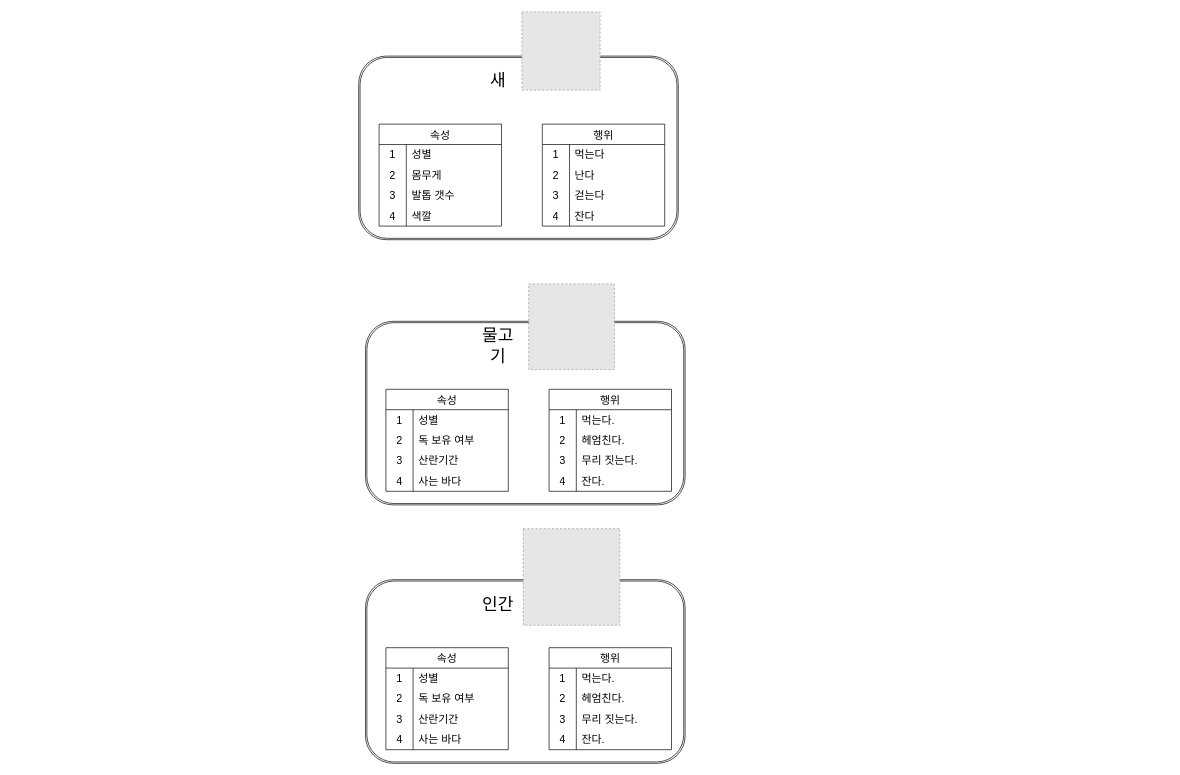
This is page "Page-1" (1 of 4) of Untitled Diagram.drawio from Biewoom/SuperCodingText, a draw.io file, before an edit. Source tidied: cells renumbered, new cells numbered last; positions are measured from the earlier drawing's top-left corner, leaving out a move shared by most shapes. Both pictures are drawn from the tidied source at 68%, with x=0, y=0 at pixel (358, 12). Pictures stored in the file or linked from it are replaced by grey dashed boxes.
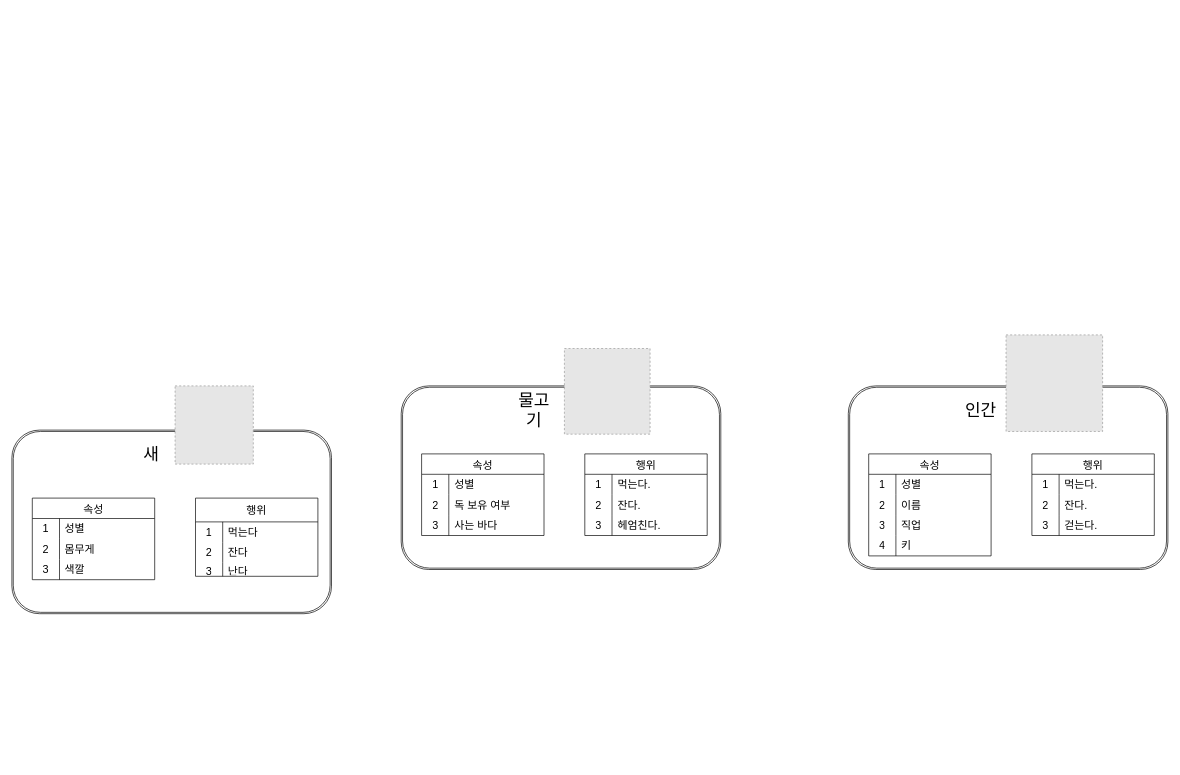
The same page after the edit.

Unchanged cells that the change refers to:
```xml
<mxCell id="65" style="shape=tableRow;horizontal=0;startSize=0;swimlaneHead=0;swimlaneBody=0;top=0;left=0;bottom=0;right=0;fillColor=none;strokeColor=inherit;fontSize=16;" parent="61" vertex="1">
  <mxGeometry y="60" width="180" height="30" as="geometry" />
</mxCell>
<mxCell id="68" style="shape=tableRow;horizontal=0;startSize=0;swimlaneHead=0;swimlaneBody=0;top=0;left=0;bottom=0;right=0;fillColor=none;strokeColor=inherit;fontSize=16;" parent="61" vertex="1">
  <mxGeometry y="90" width="180" height="30" as="geometry" />
</mxCell>
<mxCell id="71" style="shape=tableRow;horizontal=0;startSize=0;swimlaneHead=0;swimlaneBody=0;top=0;left=0;bottom=0;right=0;fillColor=none;strokeColor=inherit;fontSize=16;" parent="61" vertex="1">
  <mxGeometry y="120" width="180" height="30" as="geometry" />
</mxCell>
<mxCell id="79" style="shape=tableRow;horizontal=0;startSize=0;swimlaneHead=0;swimlaneBody=0;top=0;left=0;bottom=0;right=0;fillColor=none;strokeColor=inherit;fontSize=16;" parent="75" vertex="1">
  <mxGeometry y="60" width="180" height="30" as="geometry" />
</mxCell>
```

The edit, as a diff of the source:
```diff
@@
     <mxCell id="2" style="shape=ext;double=1;rounded=1;whiteSpace=wrap;html=1;" parent="1" vertex="1">
-      <mxGeometry y="65" width="470" height="270" as="geometry" />
+      <mxGeometry x="-510" y="615" width="470" height="270" as="geometry" />
     </mxCell>
     <mxCell id="3" value="속성" style="shape=table;startSize=30;childLayout=tableLayout;rowLines=0;fontStyle=0;strokeColor=default;fontSize=16;" parent="1" vertex="1">
-      <mxGeometry x="30" y="165" width="180" height="150" as="geometry" />
+      <mxGeometry x="-480" y="715" width="180" height="120" as="geometry" />
     </mxCell>
@@
-    <mxCell id="10" style="shape=tableRow;horizontal=0;startSize=0;swimlaneHead=0;swimlaneBody=0;top=0;left=0;bottom=0;right=0;fillColor=none;strokeColor=inherit;fontSize=16;" parent="3" vertex="1">
-      <mxGeometry y="90" width="180" height="30" as="geometry" />
-    </mxCell>
-    <mxCell id="11" value="3" style="shape=partialRectangle;html=1;whiteSpace=wrap;fillColor=none;top=0;left=0;bottom=0;right=0;overflow=hidden;strokeColor=inherit;fontSize=16;" parent="10" vertex="1">
-      <mxGeometry width="40" height="30" as="geometry" />
-    </mxCell>
-    <mxCell id="12" value="발톱 갯수" style="shape=partialRectangle;html=1;whiteSpace=wrap;fillColor=none;top=0;left=0;bottom=0;right=0;align=left;spacingLeft=6;overflow=hidden;strokeColor=inherit;fontSize=16;" parent="10" vertex="1">
-      <mxGeometry x="40" width="140" height="30" as="geometry" />
-    </mxCell>
     <mxCell id="13" style="shape=tableRow;horizontal=0;startSize=0;swimlaneHead=0;swimlaneBody=0;top=0;left=0;bottom=0;right=0;fillColor=none;strokeColor=inherit;fontSize=16;" parent="3" vertex="1">
-      <mxGeometry y="120" width="180" height="30" as="geometry" />
+      <mxGeometry y="90" width="180" height="30" as="geometry" />
     </mxCell>
-    <mxCell id="14" value="4" style="shape=partialRectangle;html=1;whiteSpace=wrap;fillColor=none;top=0;left=0;bottom=0;right=0;overflow=hidden;strokeColor=inherit;fontSize=16;" parent="13" vertex="1">
+    <mxCell id="14" value="3" style="shape=partialRectangle;html=1;whiteSpace=wrap;fillColor=none;top=0;left=0;bottom=0;right=0;overflow=hidden;strokeColor=inherit;fontSize=16;" parent="13" vertex="1">
       <mxGeometry width="40" height="30" as="geometry" />
     </mxCell>
@@
     <mxCell id="16" value="새" style="text;html=1;strokeColor=none;fillColor=none;align=center;verticalAlign=middle;whiteSpace=wrap;rounded=0;fontSize=25;" parent="1" vertex="1">
-      <mxGeometry x="180" y="85" width="50" height="30" as="geometry" />
+      <mxGeometry x="-330" y="635" width="50" height="30" as="geometry" />
     </mxCell>
     <mxCell id="17" style="fillColor=#E6E6E6;strokeColor=#999999;dashed=1;verticalLabelPosition=bottom;labelBackgroundColor=default;verticalAlign=top;" parent="1" vertex="1">
-      <mxGeometry x="240" width="115" height="115" as="geometry" />
+      <mxGeometry x="-270" y="550" width="115" height="115" as="geometry" />
     </mxCell>
-    <mxCell id="18" value="행위" style="shape=table;startSize=30;childLayout=tableLayout;rowLines=0;fontStyle=0;strokeColor=default;fontSize=16;" parent="1" vertex="1">
-      <mxGeometry x="270" y="165" width="180" height="150" as="geometry" />
+    <mxCell id="18" value="행위" style="shape=table;startSize=35;childLayout=tableLayout;rowLines=0;fontStyle=0;strokeColor=default;fontSize=16;" parent="1" vertex="1">
+      <mxGeometry x="-240" y="715" width="180" height="115" as="geometry" />
     </mxCell>
     <mxCell id="19" style="shape=tableRow;horizontal=0;startSize=0;swimlaneHead=0;swimlaneBody=0;top=0;left=0;bottom=0;right=0;fillColor=none;strokeColor=inherit;fontSize=16;" parent="18" vertex="1">
-      <mxGeometry y="30" width="180" height="30" as="geometry" />
+      <mxGeometry y="35" width="180" height="30" as="geometry" />
     </mxCell>
@@
+    <mxCell id="28" style="shape=tableRow;horizontal=0;startSize=0;swimlaneHead=0;swimlaneBody=0;top=0;left=0;bottom=0;right=0;fillColor=none;strokeColor=inherit;fontSize=16;" parent="18" vertex="1">
+      <mxGeometry y="65" width="180" height="30" as="geometry" />
+    </mxCell>
+    <mxCell id="29" value="2" style="shape=partialRectangle;html=1;whiteSpace=wrap;fillColor=none;top=0;left=0;bottom=0;right=0;overflow=hidden;strokeColor=inherit;fontSize=16;" parent="28" vertex="1">
+      <mxGeometry width="40" height="30" as="geometry" />
+    </mxCell>
+    <mxCell id="30" value="잔다" style="shape=partialRectangle;html=1;whiteSpace=wrap;fillColor=none;top=0;left=0;bottom=0;right=0;align=left;spacingLeft=6;overflow=hidden;strokeColor=inherit;fontSize=16;" parent="28" vertex="1">
+      <mxGeometry x="40" width="140" height="30" as="geometry" />
+    </mxCell>
     <mxCell id="22" style="shape=tableRow;horizontal=0;startSize=0;swimlaneHead=0;swimlaneBody=0;top=0;left=0;bottom=0;right=0;fillColor=none;strokeColor=inherit;fontSize=16;" parent="18" vertex="1">
-      <mxGeometry y="60" width="180" height="30" as="geometry" />
+      <mxGeometry y="95" width="180" height="20" as="geometry" />
     </mxCell>
-    <mxCell id="23" value="2" style="shape=partialRectangle;html=1;whiteSpace=wrap;fillColor=none;top=0;left=0;bottom=0;right=0;overflow=hidden;strokeColor=inherit;fontSize=16;" parent="22" vertex="1">
-      <mxGeometry width="40" height="30" as="geometry" />
+    <mxCell id="23" value="3" style="shape=partialRectangle;html=1;whiteSpace=wrap;fillColor=none;top=0;left=0;bottom=0;right=0;overflow=hidden;strokeColor=inherit;fontSize=16;" parent="22" vertex="1">
+      <mxGeometry width="40" height="20" as="geometry" />
     </mxCell>
     <mxCell id="24" value="난다" style="shape=partialRectangle;html=1;whiteSpace=wrap;fillColor=none;top=0;left=0;bottom=0;right=0;align=left;spacingLeft=6;overflow=hidden;strokeColor=inherit;fontSize=16;" parent="22" vertex="1">
-      <mxGeometry x="40" width="140" height="30" as="geometry" />
+      <mxGeometry x="40" width="140" height="20" as="geometry" />
     </mxCell>
-    <mxCell id="25" style="shape=tableRow;horizontal=0;startSize=0;swimlaneHead=0;swimlaneBody=0;top=0;left=0;bottom=0;right=0;fillColor=none;strokeColor=inherit;fontSize=16;" parent="18" vertex="1">
-      <mxGeometry y="90" width="180" height="30" as="geometry" />
-    </mxCell>
-    <mxCell id="26" value="3" style="shape=partialRectangle;html=1;whiteSpace=wrap;fillColor=none;top=0;left=0;bottom=0;right=0;overflow=hidden;strokeColor=inherit;fontSize=16;" parent="25" vertex="1">
-      <mxGeometry width="40" height="30" as="geometry" />
-    </mxCell>
-    <mxCell id="27" value="걷는다" style="shape=partialRectangle;html=1;whiteSpace=wrap;fillColor=none;top=0;left=0;bottom=0;right=0;align=left;spacingLeft=6;overflow=hidden;strokeColor=inherit;fontSize=16;" parent="25" vertex="1">
-      <mxGeometry x="40" width="140" height="30" as="geometry" />
-    </mxCell>
-    <mxCell id="28" style="shape=tableRow;horizontal=0;startSize=0;swimlaneHead=0;swimlaneBody=0;top=0;left=0;bottom=0;right=0;fillColor=none;strokeColor=inherit;fontSize=16;" parent="18" vertex="1">
-      <mxGeometry y="120" width="180" height="30" as="geometry" />
-    </mxCell>
-    <mxCell id="29" value="4" style="shape=partialRectangle;html=1;whiteSpace=wrap;fillColor=none;top=0;left=0;bottom=0;right=0;overflow=hidden;strokeColor=inherit;fontSize=16;" parent="28" vertex="1">
-      <mxGeometry width="40" height="30" as="geometry" />
-    </mxCell>
-    <mxCell id="30" value="잔다" style="shape=partialRectangle;html=1;whiteSpace=wrap;fillColor=none;top=0;left=0;bottom=0;right=0;align=left;spacingLeft=6;overflow=hidden;strokeColor=inherit;fontSize=16;" parent="28" vertex="1">
-      <mxGeometry x="40" width="140" height="30" as="geometry" />
-    </mxCell>
     <mxCell id="31" style="shape=ext;double=1;rounded=1;whiteSpace=wrap;html=1;" parent="1" vertex="1">
-      <mxGeometry x="10" y="455" width="470" height="270" as="geometry" />
+      <mxGeometry x="62.5" y="550" width="470" height="270" as="geometry" />
     </mxCell>
     <mxCell id="32" value="속성" style="shape=table;startSize=30;childLayout=tableLayout;rowLines=0;fontStyle=0;strokeColor=default;fontSize=16;" parent="1" vertex="1">
-      <mxGeometry x="40" y="555" width="180" height="150" as="geometry" />
+      <mxGeometry x="92.5" y="650" width="180" height="120" as="geometry" />
     </mxCell>
@@
-    <mxCell id="39" style="shape=tableRow;horizontal=0;startSize=0;swimlaneHead=0;swimlaneBody=0;top=0;left=0;bottom=0;right=0;fillColor=none;strokeColor=inherit;fontSize=16;" parent="32" vertex="1">
-      <mxGeometry y="90" width="180" height="30" as="geometry" />
-    </mxCell>
-    <mxCell id="40" value="3" style="shape=partialRectangle;html=1;whiteSpace=wrap;fillColor=none;top=0;left=0;bottom=0;right=0;overflow=hidden;strokeColor=inherit;fontSize=16;" parent="39" vertex="1">
-      <mxGeometry width="40" height="30" as="geometry" />
-    </mxCell>
-    <mxCell id="41" value="산란기간" style="shape=partialRectangle;html=1;whiteSpace=wrap;fillColor=none;top=0;left=0;bottom=0;right=0;align=left;spacingLeft=6;overflow=hidden;strokeColor=inherit;fontSize=16;" parent="39" vertex="1">
-      <mxGeometry x="40" width="140" height="30" as="geometry" />
-    </mxCell>
     <mxCell id="42" style="shape=tableRow;horizontal=0;startSize=0;swimlaneHead=0;swimlaneBody=0;top=0;left=0;bottom=0;right=0;fillColor=none;strokeColor=inherit;fontSize=16;" parent="32" vertex="1">
-      <mxGeometry y="120" width="180" height="30" as="geometry" />
+      <mxGeometry y="90" width="180" height="30" as="geometry" />
     </mxCell>
-    <mxCell id="43" value="4" style="shape=partialRectangle;html=1;whiteSpace=wrap;fillColor=none;top=0;left=0;bottom=0;right=0;overflow=hidden;strokeColor=inherit;fontSize=16;" parent="42" vertex="1">
+    <mxCell id="43" value="3" style="shape=partialRectangle;html=1;whiteSpace=wrap;fillColor=none;top=0;left=0;bottom=0;right=0;overflow=hidden;strokeColor=inherit;fontSize=16;" parent="42" vertex="1">
       <mxGeometry width="40" height="30" as="geometry" />
     </mxCell>
@@
     <mxCell id="45" value="물고기" style="text;html=1;strokeColor=none;fillColor=none;align=center;verticalAlign=middle;whiteSpace=wrap;rounded=0;fontSize=25;" parent="1" vertex="1">
-      <mxGeometry x="170" y="475" width="70" height="30" as="geometry" />
+      <mxGeometry x="222.5" y="570" width="70" height="30" as="geometry" />
     </mxCell>
     <mxCell id="46" value="행위" style="shape=table;startSize=30;childLayout=tableLayout;rowLines=0;fontStyle=0;strokeColor=default;fontSize=16;" parent="1" vertex="1">
-      <mxGeometry x="280" y="555" width="180" height="150" as="geometry" />
+      <mxGeometry x="332.5" y="650" width="180" height="120" as="geometry" />
     </mxCell>
@@
-    <mxCell id="50" style="shape=tableRow;horizontal=0;startSize=0;swimlaneHead=0;swimlaneBody=0;top=0;left=0;bottom=0;right=0;fillColor=none;strokeColor=inherit;fontSize=16;" parent="46" vertex="1">
-      <mxGeometry y="60" width="180" height="30" as="geometry" />
-    </mxCell>
-    <mxCell id="51" value="2" style="shape=partialRectangle;html=1;whiteSpace=wrap;fillColor=none;top=0;left=0;bottom=0;right=0;overflow=hidden;strokeColor=inherit;fontSize=16;" parent="50" vertex="1">
-      <mxGeometry width="40" height="30" as="geometry" />
-    </mxCell>
-    <mxCell id="52" value="헤엄친다." style="shape=partialRectangle;html=1;whiteSpace=wrap;fillColor=none;top=0;left=0;bottom=0;right=0;align=left;spacingLeft=6;overflow=hidden;strokeColor=inherit;fontSize=16;" parent="50" vertex="1">
-      <mxGeometry x="40" width="140" height="30" as="geometry" />
-    </mxCell>
-    <mxCell id="53" style="shape=tableRow;horizontal=0;startSize=0;swimlaneHead=0;swimlaneBody=0;top=0;left=0;bottom=0;right=0;fillColor=none;strokeColor=inherit;fontSize=16;" parent="46" vertex="1">
-      <mxGeometry y="90" width="180" height="30" as="geometry" />
-    </mxCell>
-    <mxCell id="54" value="3" style="shape=partialRectangle;html=1;whiteSpace=wrap;fillColor=none;top=0;left=0;bottom=0;right=0;overflow=hidden;strokeColor=inherit;fontSize=16;" parent="53" vertex="1">
-      <mxGeometry width="40" height="30" as="geometry" />
-    </mxCell>
-    <mxCell id="55" value="무리 짓는다." style="shape=partialRectangle;html=1;whiteSpace=wrap;fillColor=none;top=0;left=0;bottom=0;right=0;align=left;spacingLeft=6;overflow=hidden;strokeColor=inherit;fontSize=16;" parent="53" vertex="1">
-      <mxGeometry x="40" width="140" height="30" as="geometry" />
-    </mxCell>
     <mxCell id="56" style="shape=tableRow;horizontal=0;startSize=0;swimlaneHead=0;swimlaneBody=0;top=0;left=0;bottom=0;right=0;fillColor=none;strokeColor=inherit;fontSize=16;" parent="46" vertex="1">
-      <mxGeometry y="120" width="180" height="30" as="geometry" />
+      <mxGeometry y="60" width="180" height="30" as="geometry" />
     </mxCell>
-    <mxCell id="57" value="4" style="shape=partialRectangle;html=1;whiteSpace=wrap;fillColor=none;top=0;left=0;bottom=0;right=0;overflow=hidden;strokeColor=inherit;fontSize=16;" parent="56" vertex="1">
+    <mxCell id="57" value="2" style="shape=partialRectangle;html=1;whiteSpace=wrap;fillColor=none;top=0;left=0;bottom=0;right=0;overflow=hidden;strokeColor=inherit;fontSize=16;" parent="56" vertex="1">
       <mxGeometry width="40" height="30" as="geometry" />
     </mxCell>
@@
+    <mxCell id="89" style="shape=tableRow;horizontal=0;startSize=0;swimlaneHead=0;swimlaneBody=0;top=0;left=0;bottom=0;right=0;fillColor=none;strokeColor=inherit;fontSize=16;" parent="46" vertex="1">
+      <mxGeometry y="90" width="180" height="30" as="geometry" />
+    </mxCell>
+    <mxCell id="90" value="3" style="shape=partialRectangle;html=1;whiteSpace=wrap;fillColor=none;top=0;left=0;bottom=0;right=0;overflow=hidden;strokeColor=inherit;fontSize=16;" parent="89" vertex="1">
+      <mxGeometry width="40" height="30" as="geometry" />
+    </mxCell>
+    <mxCell id="52" value="헤엄친다." style="shape=partialRectangle;html=1;whiteSpace=wrap;fillColor=none;top=0;left=0;bottom=0;right=0;align=left;spacingLeft=6;overflow=hidden;strokeColor=inherit;fontSize=16;" parent="89" vertex="1">
+      <mxGeometry x="40" width="140" height="30" as="geometry" />
+    </mxCell>
     <mxCell id="59" style="fillColor=#E6E6E6;strokeColor=#999999;dashed=1;verticalLabelPosition=bottom;labelBackgroundColor=default;verticalAlign=top;" parent="1" vertex="1">
-      <mxGeometry x="250" y="400" width="126" height="126" as="geometry" />
+      <mxGeometry x="302.5" y="495" width="126" height="126" as="geometry" />
     </mxCell>
     <mxCell id="60" style="shape=ext;double=1;rounded=1;whiteSpace=wrap;html=1;" parent="1" vertex="1">
-      <mxGeometry x="10" y="835" width="470" height="270" as="geometry" />
+      <mxGeometry x="720" y="550" width="470" height="270" as="geometry" />
     </mxCell>
     <mxCell id="61" value="속성" style="shape=table;startSize=30;childLayout=tableLayout;rowLines=0;fontStyle=0;strokeColor=default;fontSize=16;" parent="1" vertex="1">
-      <mxGeometry x="40" y="935" width="180" height="150" as="geometry" />
+      <mxGeometry x="750" y="650" width="180" height="150" as="geometry" />
     </mxCell>
@@
-    <mxCell id="67" value="독 보유 여부" style="shape=partialRectangle;html=1;whiteSpace=wrap;fillColor=none;top=0;left=0;bottom=0;right=0;align=left;spacingLeft=6;overflow=hidden;strokeColor=inherit;fontSize=16;" parent="65" vertex="1">
+    <mxCell id="67" value="이름" style="shape=partialRectangle;html=1;whiteSpace=wrap;fillColor=none;top=0;left=0;bottom=0;right=0;align=left;spacingLeft=6;overflow=hidden;strokeColor=inherit;fontSize=16;" parent="65" vertex="1">
       <mxGeometry x="40" width="140" height="30" as="geometry" />
     </mxCell>
@@
-    <mxCell id="70" value="산란기간" style="shape=partialRectangle;html=1;whiteSpace=wrap;fillColor=none;top=0;left=0;bottom=0;right=0;align=left;spacingLeft=6;overflow=hidden;strokeColor=inherit;fontSize=16;" parent="68" vertex="1">
+    <mxCell id="70" value="직업" style="shape=partialRectangle;html=1;whiteSpace=wrap;fillColor=none;top=0;left=0;bottom=0;right=0;align=left;spacingLeft=6;overflow=hidden;strokeColor=inherit;fontSize=16;" parent="68" vertex="1">
       <mxGeometry x="40" width="140" height="30" as="geometry" />
     </mxCell>
@@
-    <mxCell id="73" value="사는 바다" style="shape=partialRectangle;html=1;whiteSpace=wrap;fillColor=none;top=0;left=0;bottom=0;right=0;align=left;spacingLeft=6;overflow=hidden;strokeColor=inherit;fontSize=16;" parent="71" vertex="1">
+    <mxCell id="73" value="키" style="shape=partialRectangle;html=1;whiteSpace=wrap;fillColor=none;top=0;left=0;bottom=0;right=0;align=left;spacingLeft=6;overflow=hidden;strokeColor=inherit;fontSize=16;" parent="71" vertex="1">
       <mxGeometry x="40" width="140" height="30" as="geometry" />
     </mxCell>
     <mxCell id="74" value="인간" style="text;html=1;strokeColor=none;fillColor=none;align=center;verticalAlign=middle;whiteSpace=wrap;rounded=0;fontSize=25;" parent="1" vertex="1">
-      <mxGeometry x="170" y="855" width="70" height="30" as="geometry" />
+      <mxGeometry x="880" y="570" width="70" height="30" as="geometry" />
     </mxCell>
     <mxCell id="75" value="행위" style="shape=table;startSize=30;childLayout=tableLayout;rowLines=0;fontStyle=0;strokeColor=default;fontSize=16;" parent="1" vertex="1">
-      <mxGeometry x="280" y="935" width="180" height="150" as="geometry" />
+      <mxGeometry x="990" y="650" width="180" height="120" as="geometry" />
     </mxCell>
@@
-    <mxCell id="81" value="헤엄친다." style="shape=partialRectangle;html=1;whiteSpace=wrap;fillColor=none;top=0;left=0;bottom=0;right=0;align=left;spacingLeft=6;overflow=hidden;strokeColor=inherit;fontSize=16;" parent="79" vertex="1">
+    <mxCell id="81" value="잔다." style="shape=partialRectangle;html=1;whiteSpace=wrap;fillColor=none;top=0;left=0;bottom=0;right=0;align=left;spacingLeft=6;overflow=hidden;strokeColor=inherit;fontSize=16;" parent="79" vertex="1">
       <mxGeometry x="40" width="140" height="30" as="geometry" />
     </mxCell>
-    <mxCell id="82" style="shape=tableRow;horizontal=0;startSize=0;swimlaneHead=0;swimlaneBody=0;top=0;left=0;bottom=0;right=0;fillColor=none;strokeColor=inherit;fontSize=16;" parent="75" vertex="1">
-      <mxGeometry y="90" width="180" height="30" as="geometry" />
-    </mxCell>
-    <mxCell id="83" value="3" style="shape=partialRectangle;html=1;whiteSpace=wrap;fillColor=none;top=0;left=0;bottom=0;right=0;overflow=hidden;strokeColor=inherit;fontSize=16;" parent="82" vertex="1">
-      <mxGeometry width="40" height="30" as="geometry" />
-    </mxCell>
-    <mxCell id="84" value="무리 짓는다." style="shape=partialRectangle;html=1;whiteSpace=wrap;fillColor=none;top=0;left=0;bottom=0;right=0;align=left;spacingLeft=6;overflow=hidden;strokeColor=inherit;fontSize=16;" parent="82" vertex="1">
-      <mxGeometry x="40" width="140" height="30" as="geometry" />
-    </mxCell>
-    <mxCell id="85" style="shape=tableRow;horizontal=0;startSize=0;swimlaneHead=0;swimlaneBody=0;top=0;left=0;bottom=0;right=0;fillColor=none;strokeColor=inherit;fontSize=16;" parent="75" vertex="1">
-      <mxGeometry y="120" width="180" height="30" as="geometry" />
-    </mxCell>
-    <mxCell id="86" value="4" style="shape=partialRectangle;html=1;whiteSpace=wrap;fillColor=none;top=0;left=0;bottom=0;right=0;overflow=hidden;strokeColor=inherit;fontSize=16;" parent="85" vertex="1">
-      <mxGeometry width="40" height="30" as="geometry" />
-    </mxCell>
-    <mxCell id="87" value="잔다." style="shape=partialRectangle;html=1;whiteSpace=wrap;fillColor=none;top=0;left=0;bottom=0;right=0;align=left;spacingLeft=6;overflow=hidden;strokeColor=inherit;fontSize=16;" parent="85" vertex="1">
-      <mxGeometry x="40" width="140" height="30" as="geometry" />
-    </mxCell>
+    <mxCell id="91" style="shape=tableRow;horizontal=0;startSize=0;swimlaneHead=0;swimlaneBody=0;top=0;left=0;bottom=0;right=0;fillColor=none;strokeColor=inherit;fontSize=16;" parent="75" vertex="1">
+      <mxGeometry y="90" width="180" height="30" as="geometry" />
+    </mxCell>
+    <mxCell id="92" value="3" style="shape=partialRectangle;html=1;whiteSpace=wrap;fillColor=none;top=0;left=0;bottom=0;right=0;overflow=hidden;strokeColor=inherit;fontSize=16;" parent="91" vertex="1">
+      <mxGeometry width="40" height="30" as="geometry" />
+    </mxCell>
+    <mxCell id="93" value="걷는다." style="shape=partialRectangle;html=1;whiteSpace=wrap;fillColor=none;top=0;left=0;bottom=0;right=0;align=left;spacingLeft=6;overflow=hidden;strokeColor=inherit;fontSize=16;" parent="91" vertex="1">
+      <mxGeometry x="40" width="140" height="30" as="geometry" />
+    </mxCell>
     <mxCell id="88" style="fillColor=#E6E6E6;strokeColor=#999999;dashed=1;verticalLabelPosition=bottom;labelBackgroundColor=default;verticalAlign=top;" parent="1" vertex="1">
-      <mxGeometry x="242" y="760" width="142" height="142" as="geometry" />
+      <mxGeometry x="952" y="475" width="142" height="142" as="geometry" />
     </mxCell>
```
